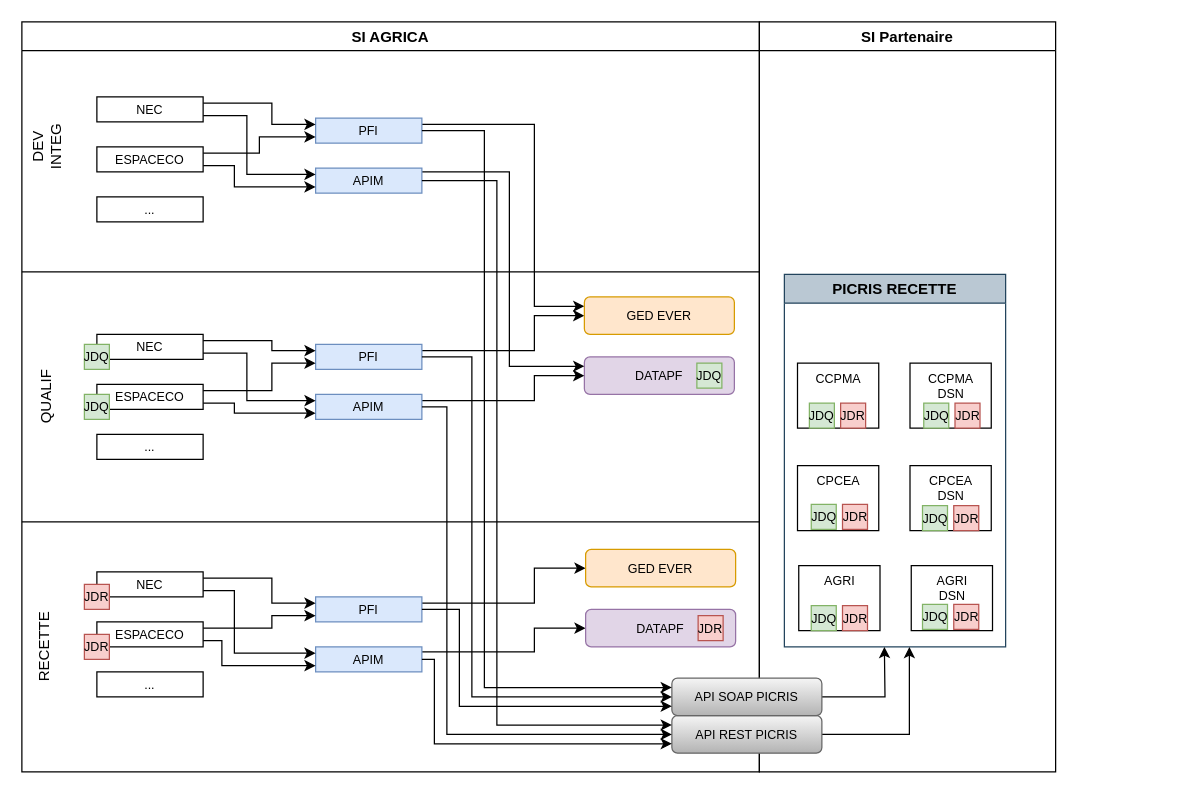
Before: environnement.drawio in vdupain/draw.io, a draw.io diagram. Source tidied: cells renumbered, new cells numbered last; positions are measured from the earlier drawing's top-left corner, leaving out a move shared by most shapes. Both pictures are drawn from the tidied source at 125%, with x=0, y=0 at pixel (19, 21).
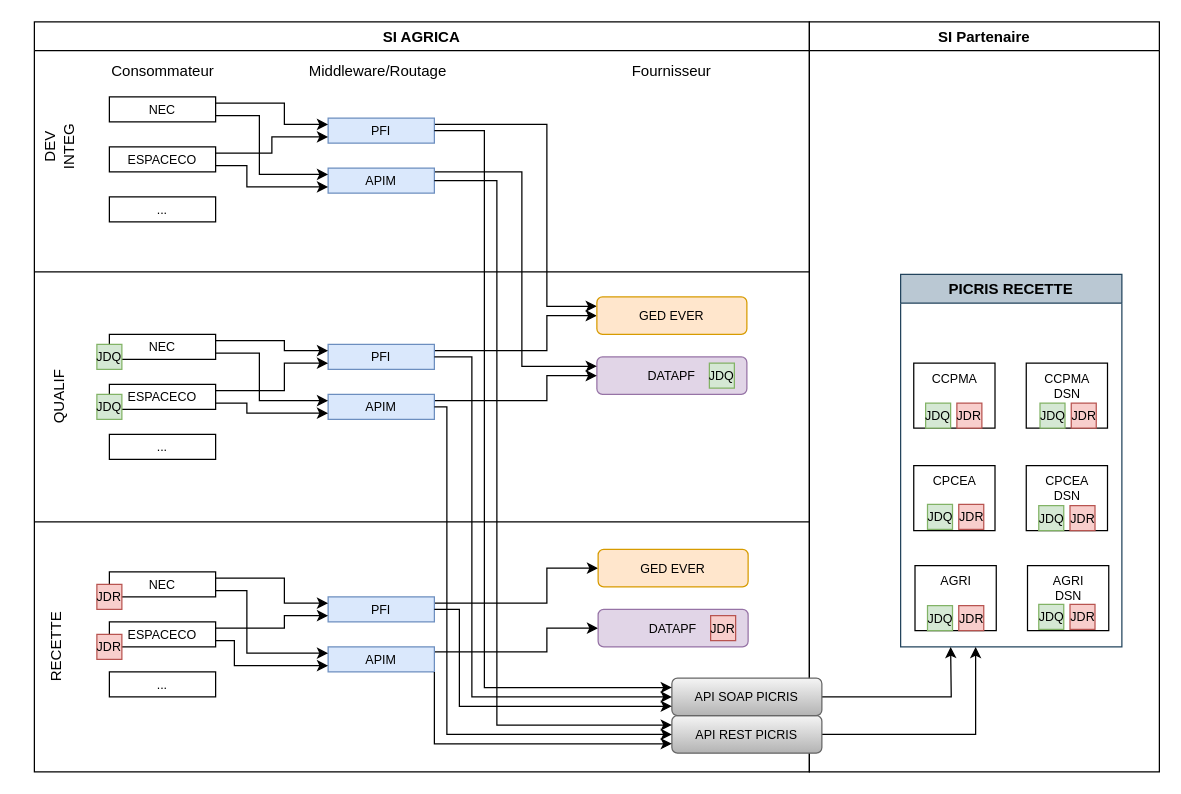
The same page after the edit.

Unchanged cells that the change refers to:
```xml
<mxCell id="8" value="PFI" style="rounded=0;whiteSpace=wrap;html=1;fontSize=10;fillColor=#dae8fc;strokeColor=#6c8ebf;" parent="2" vertex="1">
  <mxGeometry x="235" y="258" width="85" height="20" as="geometry" />
</mxCell>
<mxCell id="12" value="APIM" style="rounded=0;whiteSpace=wrap;html=1;fontSize=10;fillColor=#dae8fc;strokeColor=#6c8ebf;" parent="2" vertex="1">
  <mxGeometry x="235" y="298" width="85" height="20" as="geometry" />
</mxCell>
<mxCell id="72" value="API REST PICRIS" style="rounded=1;whiteSpace=wrap;html=1;fontSize=10;gradientColor=#b3b3b3;fillColor=#f5f5f5;strokeColor=#666666;" parent="1" vertex="1">
  <mxGeometry x="522" y="555" width="120" height="30" as="geometry" />
</mxCell>
<mxCell id="74" value="API SOAP PICRIS" style="rounded=1;whiteSpace=wrap;html=1;fontSize=10;gradientColor=#b3b3b3;fillColor=#f5f5f5;strokeColor=#666666;" parent="1" vertex="1">
  <mxGeometry x="522" y="525" width="120" height="30" as="geometry" />
</mxCell>
```

What changed in the source:
```diff
@@
     <mxCell id="2" value="SI AGRICA" style="swimlane;" parent="1" vertex="1">
-      <mxGeometry x="2" width="590" height="600" as="geometry" />
+      <mxGeometry x="12" width="620" height="600" as="geometry" />
     </mxCell>
@@
+    <mxCell id="81" value="Consommateur" style="text;html=1;strokeColor=none;fillColor=none;align=center;verticalAlign=middle;whiteSpace=wrap;rounded=0;" parent="2" vertex="1">
+      <mxGeometry x="77.5" y="30" width="50" height="20" as="geometry" />
+    </mxCell>
+    <mxCell id="82" value="Middleware/Routage" style="text;html=1;strokeColor=none;fillColor=none;align=center;verticalAlign=middle;whiteSpace=wrap;rounded=0;" parent="2" vertex="1">
+      <mxGeometry x="250" y="30" width="50" height="20" as="geometry" />
+    </mxCell>
+    <mxCell id="83" value="Fournisseur" style="text;html=1;strokeColor=none;fillColor=none;align=center;verticalAlign=middle;whiteSpace=wrap;rounded=0;" parent="2" vertex="1">
+      <mxGeometry x="485" y="30" width="50" height="20" as="geometry" />
+    </mxCell>
     <mxCell id="49" value="SI Partenaire" style="swimlane;" parent="1" vertex="1">
-      <mxGeometry x="592" width="237" height="600" as="geometry" />
+      <mxGeometry x="632" width="280" height="600" as="geometry" />
     </mxCell>
     <mxCell id="50" value="PICRIS RECETTE" style="swimlane;fillColor=#bac8d3;strokeColor=#23445d;" parent="49" vertex="1">
-      <mxGeometry x="20" y="202" width="177" height="298" as="geometry" />
+      <mxGeometry x="73" y="202" width="177" height="298" as="geometry" />
     </mxCell>
@@
     <mxCell id="69" style="endArrow=none;html=1;" parent="1" edge="1">
       <mxGeometry relative="1" as="geometry">
-        <mxPoint x="2" y="400" as="sourcePoint" />
-        <mxPoint x="592" y="400" as="targetPoint" />
+        <mxPoint x="12" y="400" as="sourcePoint" />
+        <mxPoint x="632" y="400" as="targetPoint" />
       </mxGeometry>
     </mxCell>
     <mxCell id="70" style="endArrow=none;html=1;fontSize=10;" parent="1" edge="1">
       <mxGeometry relative="1" as="geometry">
-        <mxPoint x="2" y="200" as="sourcePoint" />
-        <mxPoint x="592" y="200" as="targetPoint" />
+        <mxPoint x="12" y="200" as="sourcePoint" />
+        <mxPoint x="632" y="200" as="targetPoint" />
       </mxGeometry>
     </mxCell>
     <mxCell id="71" style="edgeStyle=orthogonalEdgeStyle;rounded=0;jettySize=auto;html=1;fontSize=10;exitX=1;exitY=0.5;exitDx=0;exitDy=0;" parent="1" edge="1" source="72">
       <mxGeometry relative="1" as="geometry">
-        <mxPoint x="712" y="500" as="targetPoint" />
+        <mxPoint x="765" y="500" as="targetPoint" />
         <Array as="points">
-          <mxPoint x="712" y="570" />
+          <mxPoint x="765" y="570" />
         </Array>
       </mxGeometry>
     </mxCell>
@@
     <mxCell id="73" style="edgeStyle=orthogonalEdgeStyle;rounded=0;jettySize=auto;html=1;fontSize=10;exitX=1;exitY=0.5;exitDx=0;exitDy=0;" parent="1" edge="1" source="74">
       <mxGeometry relative="1" as="geometry">
-        <mxPoint x="692" y="500" as="targetPoint" />
+        <mxPoint x="745" y="500" as="targetPoint" />
       </mxGeometry>
     </mxCell>
@@
-    <mxCell id="75" style="edgeStyle=orthogonalEdgeStyle;rounded=0;jettySize=auto;html=1;entryX=0;entryY=0.5;entryDx=0;entryDy=0;fontSize=10;" parent="1" edge="1" target="74">
+    <mxCell id="75" style="edgeStyle=orthogonalEdgeStyle;rounded=0;jettySize=auto;html=1;entryX=0;entryY=0.5;entryDx=0;entryDy=0;fontSize=10;exitX=1;exitY=0.5;exitDx=0;exitDy=0;" parent="1" edge="1" source="8" target="74">
       <mxGeometry relative="1" as="geometry">
-        <mxPoint x="322" y="268" as="sourcePoint" />
         <Array as="points">
           <mxPoint x="362" y="268" />
           <mxPoint x="362" y="540" />
         </Array>
       </mxGeometry>
     </mxCell>
@@
-    <mxCell id="77" style="edgeStyle=orthogonalEdgeStyle;rounded=0;jettySize=auto;html=1;entryX=0;entryY=0.5;entryDx=0;entryDy=0;fontSize=10;" parent="1" edge="1" target="72">
+    <mxCell id="77" style="edgeStyle=orthogonalEdgeStyle;rounded=0;jettySize=auto;html=1;entryX=0;entryY=0.5;entryDx=0;entryDy=0;fontSize=10;exitX=1;exitY=0.5;exitDx=0;exitDy=0;" parent="1" edge="1" source="12" target="72">
       <mxGeometry relative="1" as="geometry">
-        <mxPoint x="322" y="308" as="sourcePoint" />
         <Array as="points">
           <mxPoint x="342" y="308" />
           <mxPoint x="342" y="570" />
         </Array>
       </mxGeometry>
     </mxCell>
```
